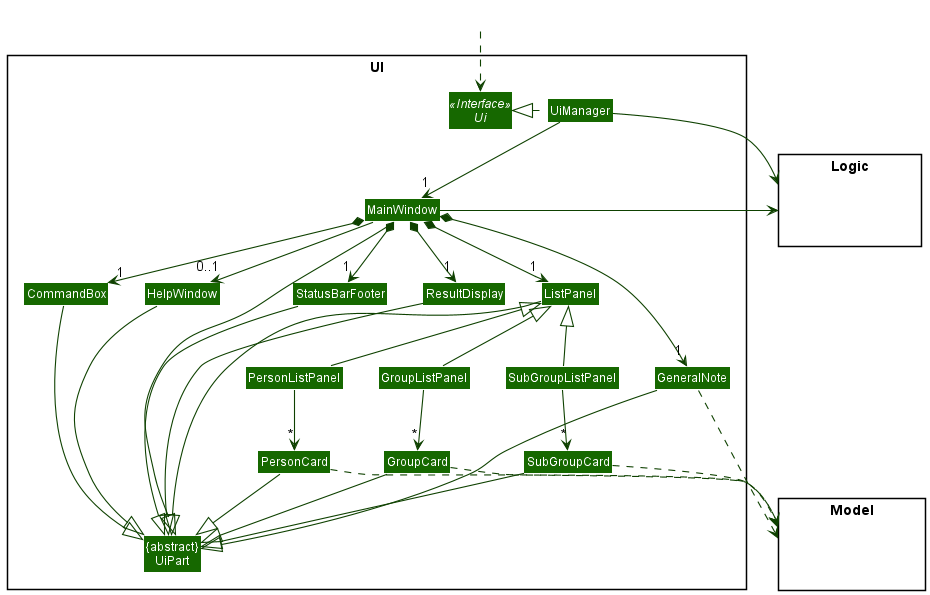
Earlier version of the PlantUML export docs/images/UiClassDiagram.png (nus-cs2103-AY2122S1/tp).
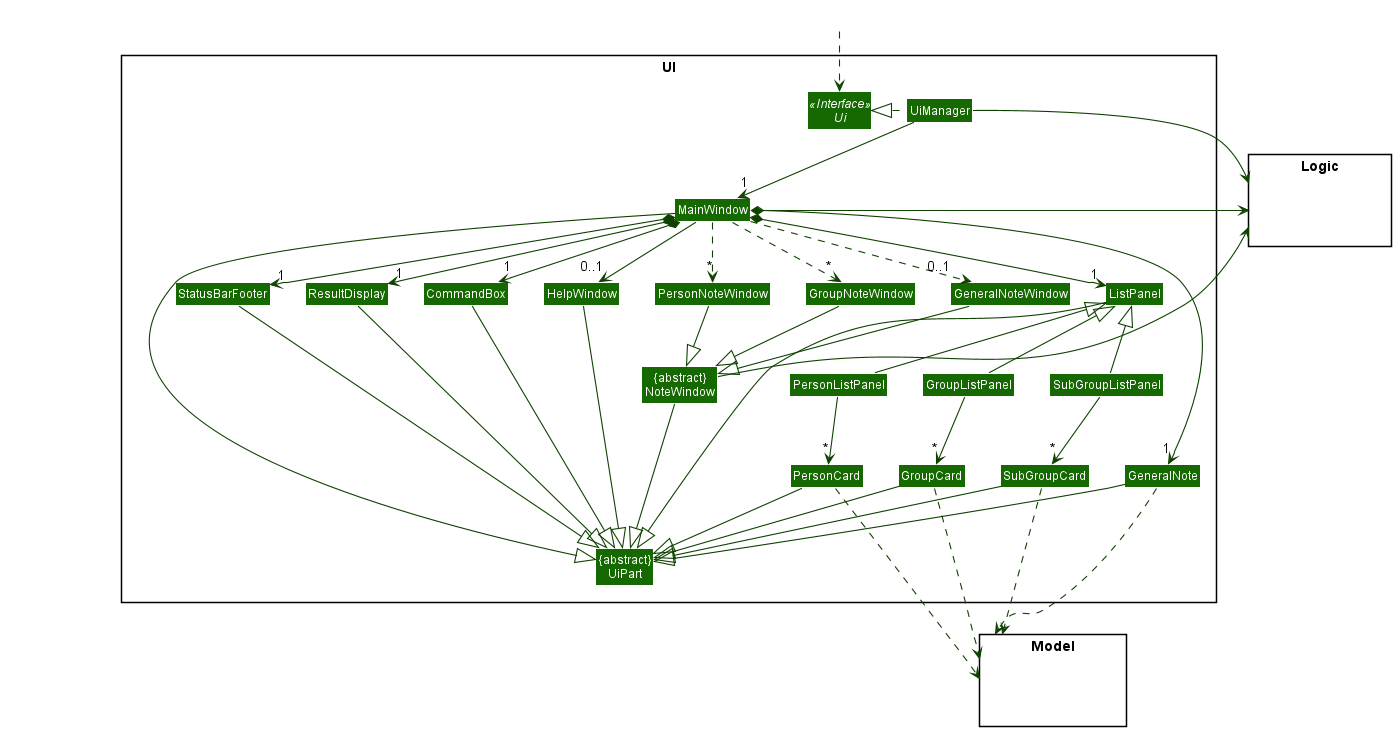
Above is the later version.

Commit message:
Docs: Add Activity Diagram For Person Command

Change to the diagram source:
```diff
@@ -21,6 +21,10 @@
 Class GroupListPanel
 Class SubGroupListPanel
 Class GeneralNote
+Class "{abstract}\nNoteWindow" as NoteWindow
+Class GeneralNoteWindow
+Class PersonNoteWindow
+Class GroupNoteWindow
 }
 
 package Model <<Rectangle>> {
@@ -42,6 +46,9 @@
 MainWindow *-down-> "1" StatusBarFooter
 MainWindow *-down->  "1" GeneralNote
 MainWindow --> "0..1" HelpWindow
+MainWindow ..> "0..1" GeneralNoteWindow
+MainWindow ..> "*" PersonNoteWindow
+MainWindow ..> "*" GroupNoteWindow
 
 ListPanel <|-- PersonListPanel
 ListPanel <|-- GroupListPanel
@@ -62,12 +69,18 @@
 StatusBarFooter --|> UiPart
 HelpWindow --|> UiPart
 GeneralNote --|> UiPart
+NoteWindow --|> UiPart
 
+GeneralNoteWindow --|> NoteWindow
+PersonNoteWindow --|> NoteWindow
+GroupNoteWindow --|> NoteWindow
 
-PersonCard ..> Model
-GroupCard ..> Model
-SubGroupCard ..> Model
-GeneralNote ..> Model
+NoteWindow -->  Logic
+
+PersonCard ...> Model
+GroupCard ...> Model
+SubGroupCard ...> Model
+GeneralNote ...> Model
 UiManager -right-> Logic
 MainWindow -left-> Logic
 
```
